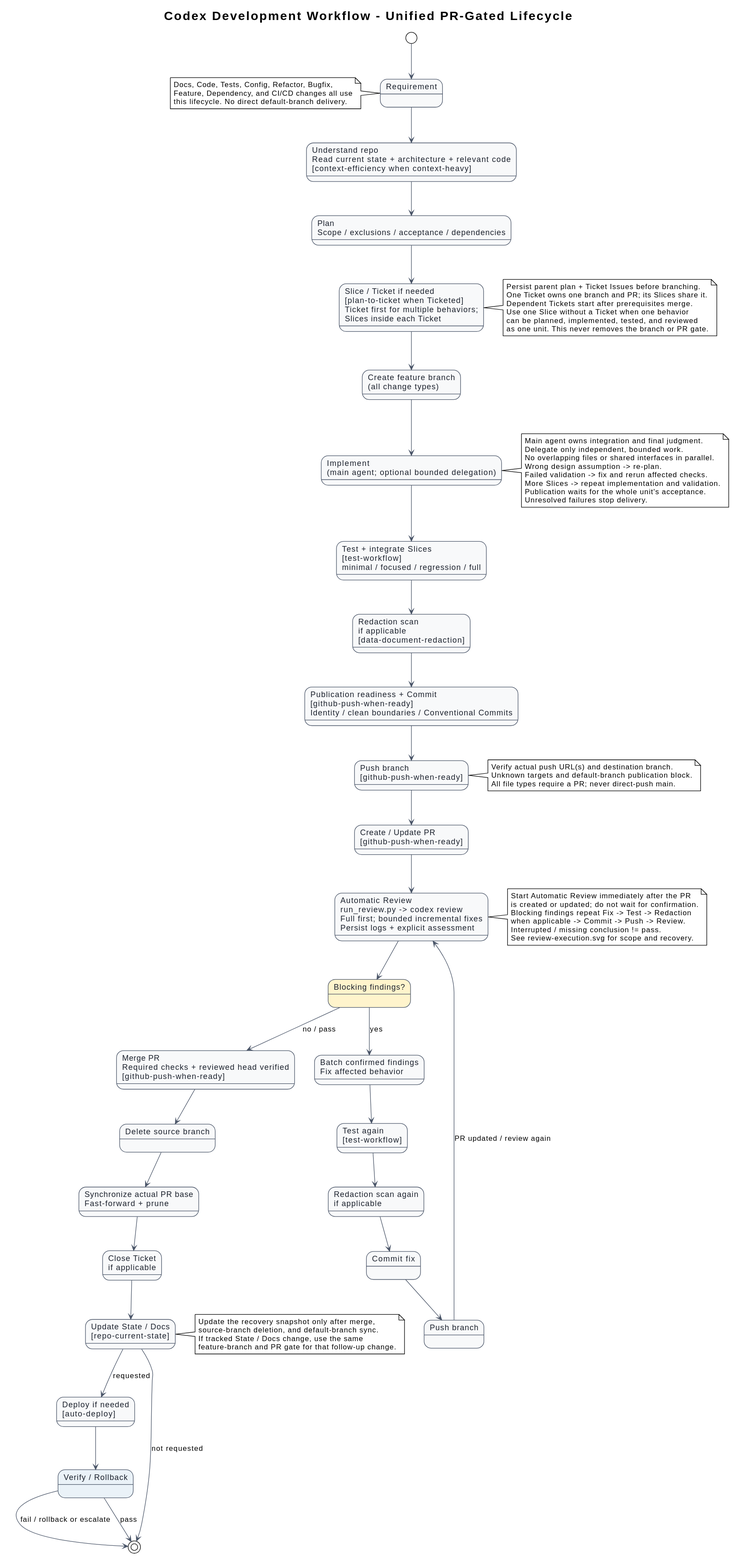
This is docs/diagrams/architecture.svg from i-zrhe2016/codex-development-workflow, a PlantUML export, as it was before one commit. Source of this version:
```plantuml
@startuml
!theme plain
top to bottom direction
skinparam backgroundColor #FFFFFF
skinparam defaultFontName Arial
skinparam ArrowColor #4A5568
skinparam state {
  BackgroundColor #F8F9FA
  BorderColor #4A5568
  FontColor #1A202C
}

title Codex Development Workflow - Unified PR-Gated Lifecycle

state "Requirement" as requirement
state "Understand repo\nRead current state + architecture + relevant code\n[context-efficiency when context-heavy]" as understand
state "Plan\nScope / exclusions / acceptance / dependencies" as plan
state "Slice / Ticket if needed\n[plan-to-ticket when Ticketed]\nTicket first for multiple behaviors;\nSlices inside each Ticket" as decompose
state "Create feature branch\n(all change types)" as branch
state "Implement\n(main agent; optional bounded delegation)" as implement
state "Test + integrate Slices\n[test-workflow]\nminimal / focused / regression / full" as test
state "Redaction scan\nif applicable\n[data-document-redaction]" as redact
state "Publication readiness + Commit\n[github-push-when-ready]\nIdentity / clean boundaries / Conventional Commits" as commit
state "Push branch\n[github-push-when-ready]" as push
state "Create / Update PR\n[github-push-when-ready]" as pr
state "Automatic Review\nrun_review.py -> codex review\nFull first; bounded incremental fixes\nPersist logs + explicit assessment" as review
state "Blocking findings?" as blocking #FFF4CC
state "Batch confirmed findings\nFix affected behavior" as fix
state "Test again\n[test-workflow]" as test_again
state "Redaction scan again\nif applicable" as redact_again
state "Commit fix" as commit_fix
state "Push branch" as push_fix
state "Merge PR\nRequired checks + reviewed head verified\n[github-push-when-ready]" as merge
state "Delete source branch" as delete_branch
state "Synchronize actual PR base\nFast-forward + prune" as update_main
state "Close Ticket\nif applicable" as close_ticket
state "Update State / Docs\n[repo-current-state]" as state_docs
state "Deploy if needed\n[auto-deploy]" as deploy
state "Verify / Rollback" as verify #EAF2F8

[*] --> requirement
requirement --> understand
understand --> plan
plan --> decompose
decompose --> branch
branch --> implement
implement --> test
test --> redact
redact --> commit
commit --> push
push --> pr
pr --> review
review --> blocking
blocking --> fix : yes
blocking --> merge : no / pass
fix --> test_again
test_again --> redact_again
redact_again --> commit_fix
commit_fix --> push_fix
push_fix --> review : PR updated / review again
merge --> delete_branch
delete_branch --> update_main
update_main --> close_ticket
close_ticket --> state_docs
state_docs --> deploy : requested
state_docs --> [*] : not requested
deploy --> verify
verify --> [*] : pass
verify --> [*] : fail / rollback or escalate

note right of decompose
Persist parent plan + Ticket Issues before branching.
One Ticket owns one branch and PR; its Slices share it.
Dependent Tickets start after prerequisites merge.
Use one Slice without a Ticket when one behavior
can be planned, implemented, tested, and reviewed
as one unit. This never removes the branch or PR gate.
end note

note right of review
Start Automatic Review immediately after the PR
is created or updated; do not wait for confirmation.
Blocking findings repeat Fix -> Test -> Redaction
when applicable -> Commit -> Push -> Review.
Interrupted / missing conclusion != pass.
See review-execution.svg for scope and recovery.
end note

note right of implement
Main agent owns integration and final judgment.
Delegate only independent, bounded work.
No overlapping files or shared interfaces in parallel.
Wrong design assumption -> re-plan.
Failed validation -> fix and rerun affected checks.
More Slices -> repeat implementation and validation.
Publication waits for the whole unit's acceptance.
Unresolved failures stop delivery.
end note

note right of push
Verify actual push URL(s) and destination branch.
Unknown targets and default-branch publication block.
All file types require a PR; never direct-push main.
end note

note right of state_docs
Update the recovery snapshot only after merge,
source-branch deletion, and default-branch sync.
If tracked State / Docs change, use the same
feature-branch and PR gate for that follow-up change.
end note

note left of requirement
Docs, Code, Tests, Config, Refactor, Bugfix,
Feature, Dependency, and CI/CD changes all use
this lifecycle. No direct default-branch delivery.
end note
@enduml
```
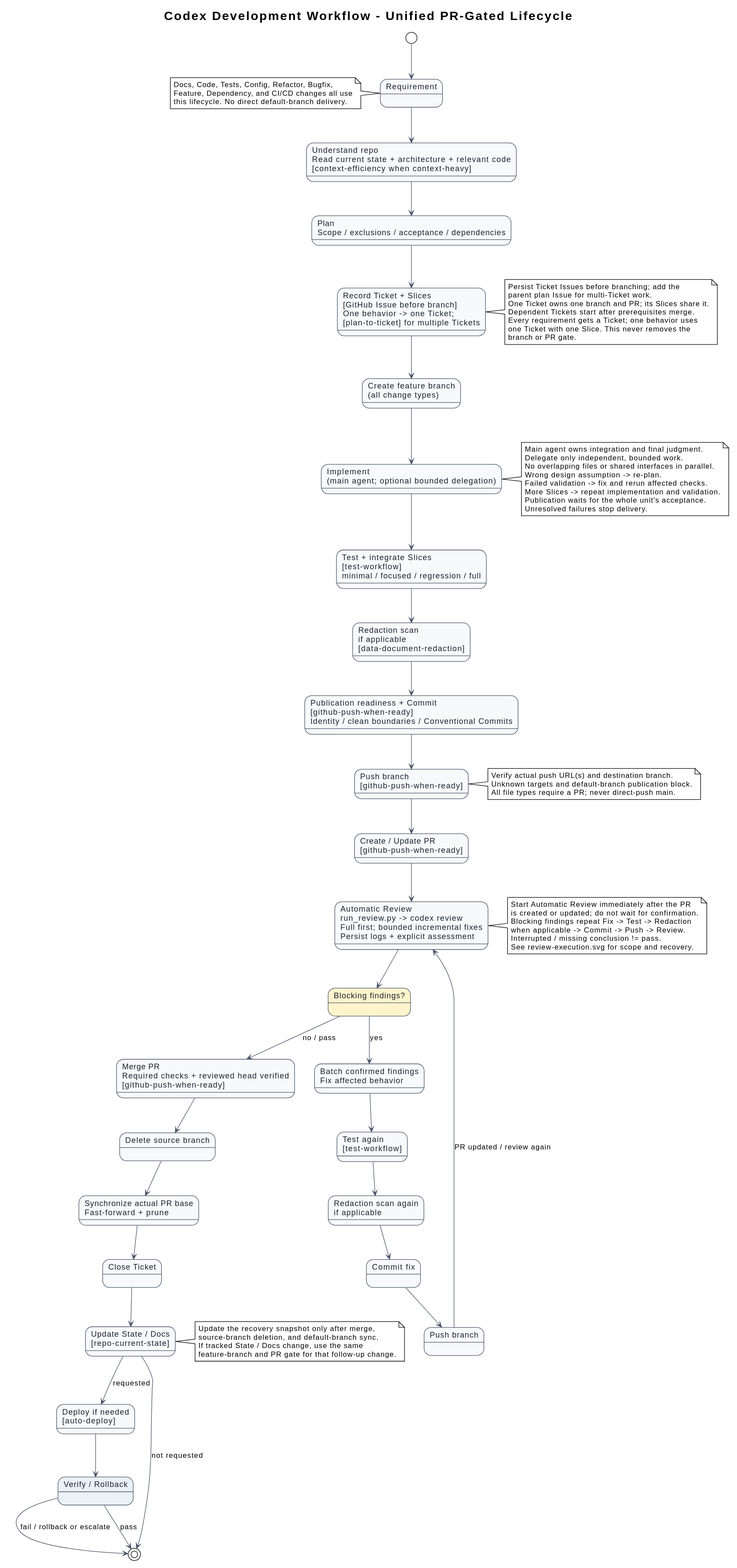
Later version of the same file.

Diff of the diagram source:
```diff
@@ -15,7 +15,7 @@
 state "Requirement" as requirement
 state "Understand repo\nRead current state + architecture + relevant code\n[context-efficiency when context-heavy]" as understand
 state "Plan\nScope / exclusions / acceptance / dependencies" as plan
-state "Slice / Ticket if needed\n[plan-to-ticket when Ticketed]\nTicket first for multiple behaviors;\nSlices inside each Ticket" as decompose
+state "Record Ticket + Slices\n[GitHub Issue before branch]\nOne behavior -> one Ticket;\n[plan-to-ticket] for multiple Tickets" as decompose
 state "Create feature branch\n(all change types)" as branch
 state "Implement\n(main agent; optional bounded delegation)" as implement
 state "Test + integrate Slices\n[test-workflow]\nminimal / focused / regression / full" as test
@@ -33,7 +33,7 @@
 state "Merge PR\nRequired checks + reviewed head verified\n[github-push-when-ready]" as merge
 state "Delete source branch" as delete_branch
 state "Synchronize actual PR base\nFast-forward + prune" as update_main
-state "Close Ticket\nif applicable" as close_ticket
+state "Close Ticket" as close_ticket
 state "Update State / Docs\n[repo-current-state]" as state_docs
 state "Deploy if needed\n[auto-deploy]" as deploy
 state "Verify / Rollback" as verify #EAF2F8
@@ -69,12 +69,13 @@
 verify --> [*] : fail / rollback or escalate
 
 note right of decompose
-Persist parent plan + Ticket Issues before branching.
+Persist Ticket Issues before branching; add the
+parent plan Issue for multi-Ticket work.
 One Ticket owns one branch and PR; its Slices share it.
 Dependent Tickets start after prerequisites merge.
-Use one Slice without a Ticket when one behavior
-can be planned, implemented, tested, and reviewed
-as one unit. This never removes the branch or PR gate.
+Every requirement gets a Ticket; one behavior uses
+one Ticket with one Slice. This never removes the
+branch or PR gate.
 end note
 
 note right of review
```
